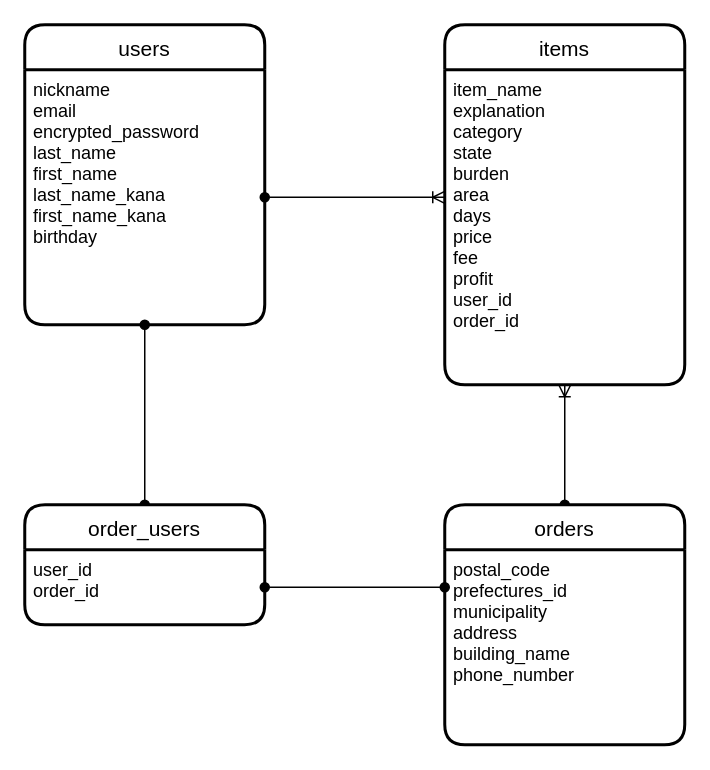
Before: furima_er.dio in sasaki-ichigo/furima-33050, a draw.io diagram. Source tidied: cells renumbered, new cells numbered last; positions are measured from the earlier drawing's top-left corner, leaving out a move shared by most shapes. Both pictures are drawn from the tidied source at 150%, with x=0, y=0 at pixel (24, 24).
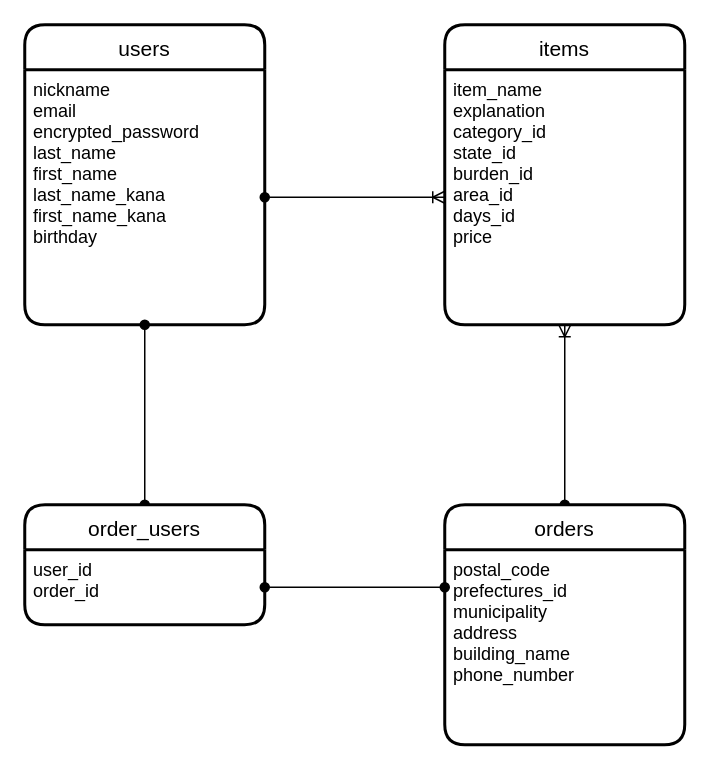
After the change.

Change to the diagram source:
```diff
@@
 <mxGraphModel>
   <root>
     <mxCell id="0" />
     <mxCell id="1" parent="0" />
     <mxCell id="2" value="users" style="swimlane;horizontal=1;startSize=30;rounded=1;fontSize=14;fontStyle=0;strokeWidth=2;shadow=0;dashed=0;align=center;" parent="1" vertex="1">
       <mxGeometry width="160" height="200" as="geometry" />
     </mxCell>
-    <mxCell id="3" value="nickname&#10;email&#10;encrypted_password &#10;last_name&#10;first_name&#10;last_name_kana&#10;first_name_kana&#10;birthday" style="align=left;strokeColor=none;fillColor=none;spacingLeft=4;fontSize=12;verticalAlign=top;" parent="2" vertex="1">
+    <mxCell id="3" value="nickname&#10;email&#10;encrypted_password&#10;last_name&#10;first_name&#10;last_name_kana&#10;first_name_kana&#10;birthday" style="align=left;strokeColor=none;fillColor=none;spacingLeft=4;fontSize=12;verticalAlign=top;" parent="2" vertex="1">
       <mxGeometry y="30" width="160" height="170" as="geometry" />
     </mxCell>
     <mxCell id="4" value="items" style="swimlane;horizontal=1;startSize=30;rounded=1;fontSize=14;fontStyle=0;strokeWidth=2;shadow=0;dashed=0;align=center;" parent="1" vertex="1">
-      <mxGeometry x="280" width="160" height="240" as="geometry" />
+      <mxGeometry x="280" width="160" height="200" as="geometry" />
     </mxCell>
-    <mxCell id="5" value="item_name&#10;explanation&#10;category&#10;state&#10;burden&#10;area&#10;days&#10;price&#10;fee&#10;profit&#10;user_id&#10;order_id" style="align=left;strokeColor=none;fillColor=none;spacingLeft=4;fontSize=12;verticalAlign=top;" parent="4" vertex="1">
-      <mxGeometry y="30" width="160" height="210" as="geometry" />
+    <mxCell id="5" value="item_name&#10;explanation&#10;category_id&#10;state_id&#10;burden_id&#10;area_id&#10;days_id&#10;price" style="align=left;strokeColor=none;fillColor=none;spacingLeft=4;fontSize=12;verticalAlign=top;" parent="4" vertex="1">
+      <mxGeometry y="30" width="160" height="170" as="geometry" />
     </mxCell>
     <mxCell id="6" style="edgeStyle=orthogonalEdgeStyle;rounded=0;jettySize=auto;html=1;exitX=0.5;exitY=0;exitDx=0;exitDy=0;entryX=0.5;entryY=1;entryDx=0;entryDy=0;startArrow=oval;startFill=1;endArrow=ERoneToMany;endFill=0;" parent="1" edge="1" source="7" target="5">
       <mxGeometry relative="1" as="geometry" />
     </mxCell>
     <mxCell id="7" value="orders" style="swimlane;horizontal=1;startSize=30;rounded=1;fontSize=14;fontStyle=0;strokeWidth=2;shadow=0;dashed=0;align=center;" parent="1" vertex="1">
       <mxGeometry x="280" y="320" width="160" height="160" as="geometry" />
     </mxCell>
     <mxCell id="8" value="postal_code&#10;prefectures_id&#10;municipality&#10;address&#10;building_name&#10;phone_number" style="align=left;strokeColor=none;fillColor=none;spacingLeft=4;fontSize=12;verticalAlign=top;" parent="7" vertex="1">
       <mxGeometry y="30" width="160" height="130" as="geometry" />
     </mxCell>
     <mxCell id="9" style="edgeStyle=orthogonalEdgeStyle;rounded=0;jettySize=auto;html=1;exitX=0.5;exitY=0;exitDx=0;exitDy=0;entryX=0.5;entryY=1;entryDx=0;entryDy=0;startArrow=oval;startFill=1;endArrow=oval;endFill=1;" parent="1" edge="1" source="10" target="3">
       <mxGeometry relative="1" as="geometry" />
     </mxCell>
     <mxCell id="10" value="order_users" style="swimlane;horizontal=1;startSize=30;rounded=1;fontSize=14;fontStyle=0;strokeWidth=2;shadow=0;dashed=0;align=center;" parent="1" vertex="1">
       <mxGeometry y="320" width="160" height="80" as="geometry" />
     </mxCell>
     <mxCell id="11" value="user_id&#10;order_id" style="align=left;strokeColor=none;fillColor=none;spacingLeft=4;fontSize=12;verticalAlign=top;" parent="10" vertex="1">
       <mxGeometry y="30" width="160" height="50" as="geometry" />
     </mxCell>
     <mxCell id="12" style="edgeStyle=orthogonalEdgeStyle;rounded=0;orthogonalLoop=1;jettySize=auto;html=1;exitX=0.5;exitY=1;exitDx=0;exitDy=0;startArrow=ERoneToMany;startFill=0;endArrow=ERoneToMany;endFill=0;" parent="10" edge="1" source="11" target="11">
       <mxGeometry relative="1" as="geometry" />
     </mxCell>
-    <mxCell id="13" style="edgeStyle=orthogonalEdgeStyle;rounded=0;jettySize=auto;html=1;exitX=1;exitY=0.5;exitDx=0;exitDy=0;entryX=0;entryY=0.405;entryDx=0;entryDy=0;entryPerimeter=0;startArrow=oval;startFill=1;endArrow=ERoneToMany;endFill=0;" parent="1" edge="1" source="3" target="5">
+    <mxCell id="13" style="edgeStyle=orthogonalEdgeStyle;rounded=0;jettySize=auto;html=1;exitX=1;exitY=0.5;exitDx=0;exitDy=0;entryX=0;entryY=0.5;entryDx=0;entryDy=0;startArrow=oval;startFill=1;endArrow=ERoneToMany;endFill=0;" parent="1" edge="1" source="3" target="5">
       <mxGeometry relative="1" as="geometry" />
     </mxCell>
     <mxCell id="14" style="edgeStyle=orthogonalEdgeStyle;rounded=0;jettySize=auto;html=1;exitX=1;exitY=0.5;exitDx=0;exitDy=0;startArrow=oval;startFill=1;endArrow=oval;endFill=1;" parent="1" edge="1" source="11">
       <mxGeometry relative="1" as="geometry">
         <mxPoint x="280" y="375" as="targetPoint" />
       </mxGeometry>
     </mxCell>
   </root>
 </mxGraphModel>
```
